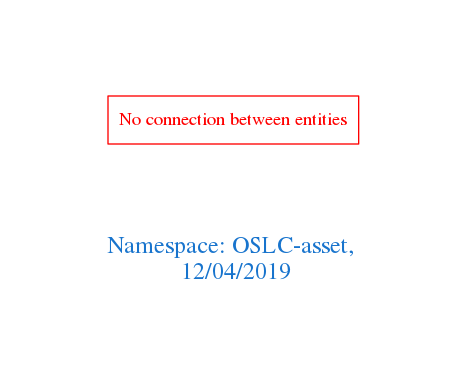
arago/OGIT keeps this Graphviz diagram as downloads/OSLC-asset.png. Above is the earlier version. Its source is kept beside it as downloads/OSLC-asset.dot.
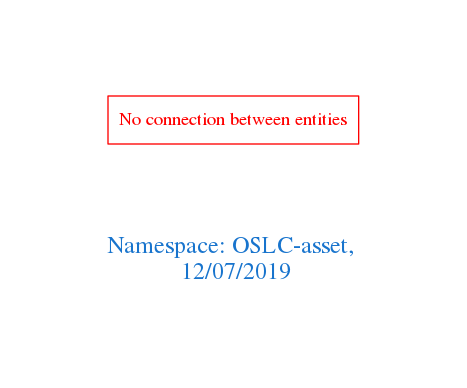
The same file after the commit.

Diff of the diagram source:
```diff
@@ -1,7 +1,7 @@
 digraph OGIT_ontology {
  graph [ rankdir= LR,pad=1
 fontsize = 18,
-fontcolor= dodgerblue3,label = "\n\n\nNamespace: OSLC-asset, \n 12/04/2019"];
+fontcolor= dodgerblue3,label = "\n\n\nNamespace: OSLC-asset, \n 12/07/2019"];
 node[shape=polygon];
 edge [  color="gray81"];
 
```
